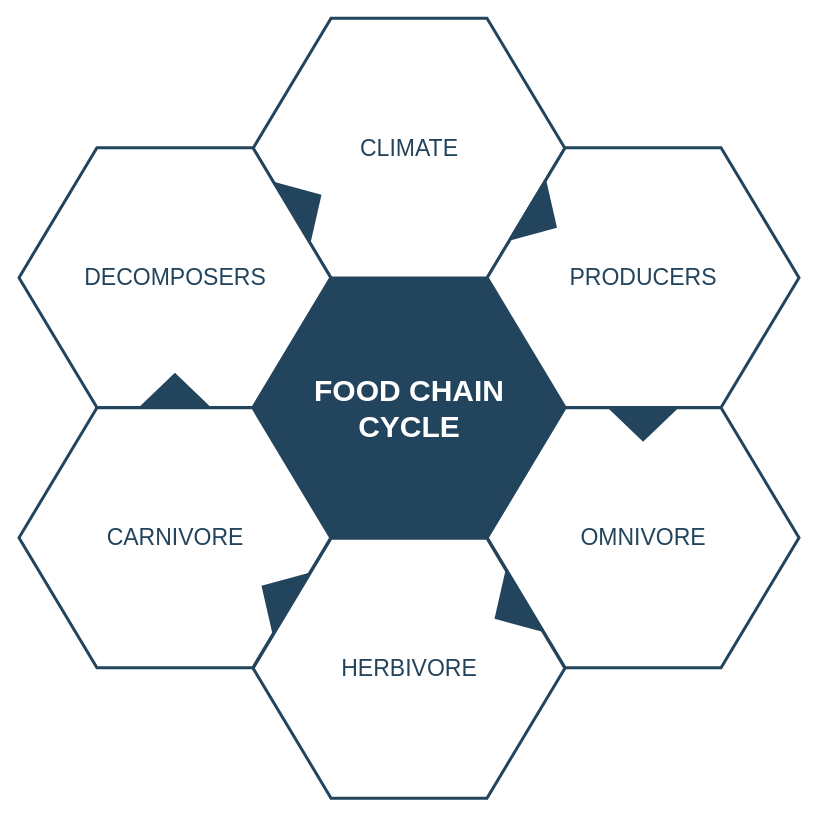
The draw.io diagram 离在线隔离组成图.drawio in wangfuhai700/-, before the edit. Source tidied: cells renumbered, new cells numbered last; positions are measured from the earlier drawing's top-left corner, leaving out a move shared by most shapes. Both pictures are drawn from the tidied source at 100%, with x=0, y=0 at pixel (18, 18).
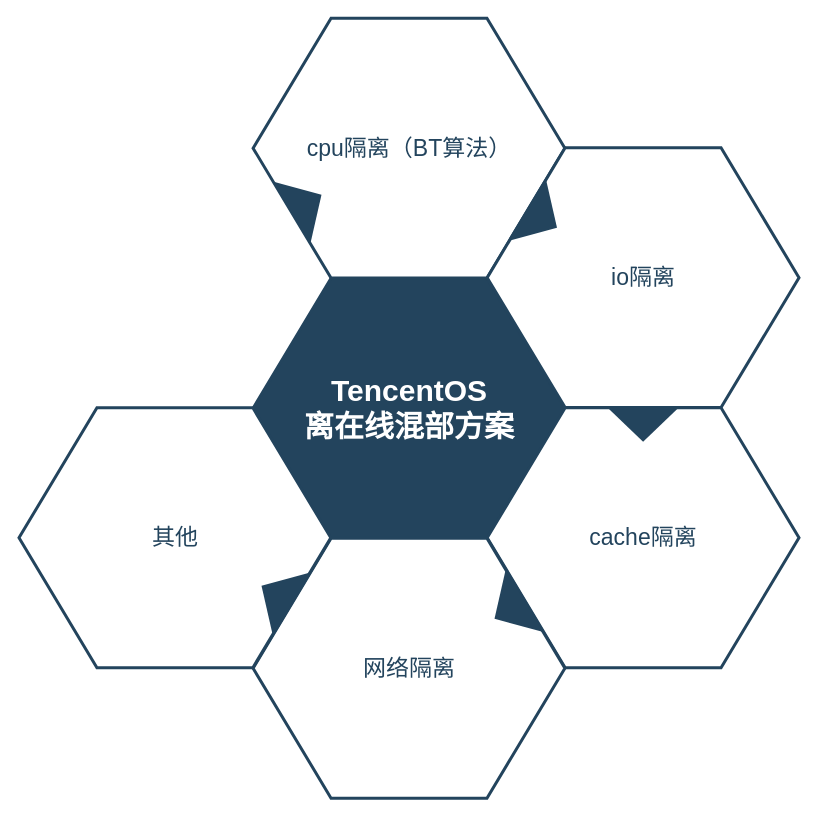
The same diagram, later.

Commit message:
Update 离在线隔离组成图.drawio

What changed in the source:
```diff
@@
 <mxGraphModel background="#ffffff">
   <root>
     <mxCell id="0" />
     <mxCell id="1" parent="0" />
-    <mxCell id="2" value="&lt;font style=&quot;font-size: 30px&quot; color=&quot;#ffffff&quot;&gt;&lt;b&gt;&lt;span&gt;FOOD CHAIN&lt;/span&gt;&lt;br&gt;&lt;span&gt;CYCLE&lt;/span&gt;&lt;/b&gt;&lt;/font&gt;&lt;br&gt;" style="shape=hexagon;perimeter=hexagonPerimeter2;whiteSpace=wrap;html=1;shadow=0;labelBackgroundColor=none;strokeColor=#23445D;fillColor=#23445D;gradientColor=none;fontFamily=Helvetica;fontSize=23;fontColor=#23445d;align=center;strokeWidth=3;" parent="1" vertex="1">
+    <mxCell id="2" value="&lt;b style=&quot;color: rgb(255 , 255 , 255) ; font-size: 30px&quot;&gt;TencentOS&lt;br&gt;离在线混部方案&lt;/b&gt;" style="shape=hexagon;perimeter=hexagonPerimeter2;whiteSpace=wrap;html=1;shadow=0;labelBackgroundColor=none;strokeColor=#23445D;fillColor=#23445D;gradientColor=none;fontFamily=Helvetica;fontSize=23;fontColor=#23445d;align=center;strokeWidth=3;" parent="1" vertex="1">
       <mxGeometry x="234.6" y="259.8" width="311.8" height="259.9" as="geometry" />
     </mxCell>
-    <mxCell id="3" style="triangle;whiteSpace=wrap;html=1;shadow=0;labelBackgroundColor=none;strokeColor=none;fillColor=#FFFFFF;fontFamily=Helvetica;fontSize=17;fontColor=#23445d;align=center;rotation=90;gradientColor=none;flipV=1;flipH=1;opacity=20;" parent="1" vertex="1">
-      <mxGeometry x="115.5" y="277.7" width="72" height="152" as="geometry" />
-    </mxCell>
-    <mxCell id="4" value="&lt;font style=&quot;font-size: 23px&quot;&gt;CLIMATE&lt;/font&gt;" style="shape=hexagon;perimeter=hexagonPerimeter2;whiteSpace=wrap;html=1;shadow=0;labelBackgroundColor=none;strokeColor=#23445D;fillColor=#ffffff;gradientColor=none;fontFamily=Helvetica;fontSize=23;fontColor=#23445D;align=center;strokeWidth=3;" parent="1" vertex="1">
+    <mxCell id="4" value="cpu隔离（BT算法）" style="shape=hexagon;perimeter=hexagonPerimeter2;whiteSpace=wrap;html=1;shadow=0;labelBackgroundColor=none;strokeColor=#23445D;fillColor=#ffffff;gradientColor=none;fontFamily=Helvetica;fontSize=23;fontColor=#23445D;align=center;strokeWidth=3;" parent="1" vertex="1">
       <mxGeometry x="234.6" y="-0.3" width="311.8" height="259.9" as="geometry" />
     </mxCell>
-    <mxCell id="5" value="&lt;font style=&quot;font-size: 23px&quot;&gt;PRODUCERS&lt;/font&gt;" style="shape=hexagon;perimeter=hexagonPerimeter2;whiteSpace=wrap;html=1;shadow=0;labelBackgroundColor=none;strokeColor=#23445D;fillColor=#FFFFFF;gradientColor=none;fontFamily=Helvetica;fontSize=23;fontColor=#23445d;align=center;strokeWidth=3;" parent="1" vertex="1">
+    <mxCell id="5" value="io隔离" style="shape=hexagon;perimeter=hexagonPerimeter2;whiteSpace=wrap;html=1;shadow=0;labelBackgroundColor=none;strokeColor=#23445D;fillColor=#FFFFFF;gradientColor=none;fontFamily=Helvetica;fontSize=23;fontColor=#23445d;align=center;strokeWidth=3;" parent="1" vertex="1">
       <mxGeometry x="468.7" y="129.2" width="311.8" height="259.9" as="geometry" />
     </mxCell>
-    <mxCell id="6" value="&lt;font style=&quot;font-size: 23px&quot;&gt;OMNIVORE&lt;/font&gt;" style="shape=hexagon;perimeter=hexagonPerimeter2;whiteSpace=wrap;html=1;shadow=0;labelBackgroundColor=none;strokeColor=#23445D;fillColor=#FFFFFF;gradientColor=none;fontFamily=Helvetica;fontSize=23;fontColor=#23445d;align=center;strokeWidth=3;" parent="1" vertex="1">
+    <mxCell id="6" value="cache隔离" style="shape=hexagon;perimeter=hexagonPerimeter2;whiteSpace=wrap;html=1;shadow=0;labelBackgroundColor=none;strokeColor=#23445D;fillColor=#FFFFFF;gradientColor=none;fontFamily=Helvetica;fontSize=23;fontColor=#23445d;align=center;strokeWidth=3;" parent="1" vertex="1">
       <mxGeometry x="468.7" y="389.3" width="311.8" height="259.9" as="geometry" />
     </mxCell>
-    <mxCell id="7" value="&lt;font style=&quot;font-size: 23px&quot;&gt;HERBIVORE&lt;/font&gt;" style="shape=hexagon;perimeter=hexagonPerimeter2;whiteSpace=wrap;html=1;shadow=0;labelBackgroundColor=none;strokeColor=#23445D;fillColor=#FFFFFF;gradientColor=none;fontFamily=Helvetica;fontSize=23;fontColor=#23445d;align=center;strokeWidth=3;" parent="1" vertex="1">
+    <mxCell id="7" value="网络隔离" style="shape=hexagon;perimeter=hexagonPerimeter2;whiteSpace=wrap;html=1;shadow=0;labelBackgroundColor=none;strokeColor=#23445D;fillColor=#FFFFFF;gradientColor=none;fontFamily=Helvetica;fontSize=23;fontColor=#23445d;align=center;strokeWidth=3;" parent="1" vertex="1">
       <mxGeometry x="234.6" y="519.8" width="311.8" height="259.9" as="geometry" />
     </mxCell>
-    <mxCell id="8" value="&lt;font style=&quot;font-size: 23px&quot;&gt;CARNIVORE&lt;/font&gt;" style="shape=hexagon;perimeter=hexagonPerimeter2;whiteSpace=wrap;html=1;shadow=0;labelBackgroundColor=none;strokeColor=#23445D;fillColor=#FFFFFF;gradientColor=none;fontFamily=Helvetica;fontSize=23;fontColor=#23445d;align=center;strokeWidth=3;" parent="1" vertex="1">
+    <mxCell id="8" value="&lt;font style=&quot;font-size: 23px&quot;&gt;其他&lt;/font&gt;" style="shape=hexagon;perimeter=hexagonPerimeter2;whiteSpace=wrap;html=1;shadow=0;labelBackgroundColor=none;strokeColor=#23445D;fillColor=#FFFFFF;gradientColor=none;fontFamily=Helvetica;fontSize=23;fontColor=#23445d;align=center;strokeWidth=3;" parent="1" vertex="1">
       <mxGeometry x="0.5" y="389.3" width="311.8" height="259.9" as="geometry" />
     </mxCell>
-    <mxCell id="9" value="&lt;font style=&quot;font-size: 23px;&quot;&gt;DECOMPOSERS&lt;/font&gt;" style="shape=hexagon;perimeter=hexagonPerimeter2;whiteSpace=wrap;html=1;shadow=0;labelBackgroundColor=none;strokeColor=#23445D;fillColor=#ffffff;gradientColor=none;fontFamily=Helvetica;fontSize=23;fontColor=#23445D;align=center;strokeWidth=3;" parent="1" vertex="1">
-      <mxGeometry x="0.5" y="129.2" width="311.8" height="259.9" as="geometry" />
-    </mxCell>
     <mxCell id="10" style="triangle;whiteSpace=wrap;html=1;shadow=0;labelBackgroundColor=none;strokeColor=none;fillColor=#23445D;fontFamily=Helvetica;fontSize=17;fontColor=#23445d;align=center;rotation=31;gradientColor=none;strokeWidth=3;" parent="1" vertex="1">
       <mxGeometry x="506" y="163.7" width="35" height="73" as="geometry" />
     </mxCell>
     <mxCell id="11" style="triangle;whiteSpace=wrap;html=1;shadow=0;labelBackgroundColor=none;strokeColor=none;fillColor=#23445D;fontFamily=Helvetica;fontSize=17;fontColor=#23445d;align=center;rotation=31;gradientColor=none;flipH=1;strokeWidth=3;" parent="1" vertex="1">
       <mxGeometry x="240.5" y="539.7" width="35" height="73" as="geometry" />
     </mxCell>
     <mxCell id="12" style="triangle;whiteSpace=wrap;html=1;shadow=0;labelBackgroundColor=none;strokeColor=none;fillColor=#23445D;fontFamily=Helvetica;fontSize=17;fontColor=#23445d;align=center;rotation=329;gradientColor=none;strokeWidth=3;" parent="1" vertex="1">
       <mxGeometry x="270.5" y="148.7" width="35" height="73" as="geometry" />
     </mxCell>
     <mxCell id="13" style="triangle;whiteSpace=wrap;html=1;shadow=0;labelBackgroundColor=none;strokeColor=none;fillColor=#23445D;fontFamily=Helvetica;fontSize=17;fontColor=#23445d;align=center;rotation=329;gradientColor=none;flipH=1;strokeWidth=3;" parent="1" vertex="1">
       <mxGeometry x="473.5" y="554.7" width="35" height="73" as="geometry" />
     </mxCell>
     <mxCell id="14" style="triangle;whiteSpace=wrap;html=1;shadow=0;labelBackgroundColor=none;strokeColor=none;fillColor=#23445D;fontFamily=Helvetica;fontSize=17;fontColor=#23445d;align=center;rotation=90;gradientColor=none;strokeWidth=3;" parent="1" vertex="1">
       <mxGeometry x="607.1" y="369.2" width="35" height="73" as="geometry" />
     </mxCell>
-    <mxCell id="15" style="triangle;whiteSpace=wrap;html=1;shadow=0;labelBackgroundColor=none;strokeColor=none;fillColor=#23445D;fontFamily=Helvetica;fontSize=17;fontColor=#23445d;align=center;rotation=90;gradientColor=none;flipH=1;strokeWidth=3;" parent="1" vertex="1">
-      <mxGeometry x="138.9" y="335.2" width="35" height="73" as="geometry" />
-    </mxCell>
   </root>
 </mxGraphModel>
```
